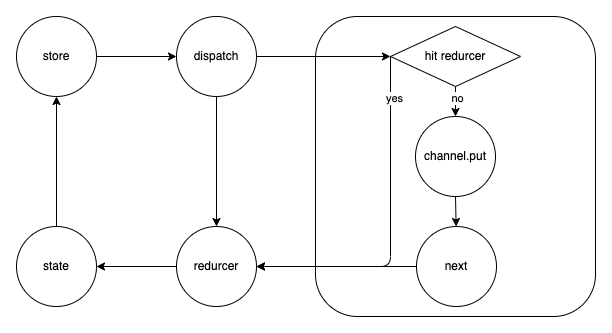
Above: imgs/sagaProcess.png in ImDaret/ReduxSaga-debugger (draw.io), before the change. Source tidied: cells renumbered, new cells last; positions are measured from the earlier drawing's top-left corner, leaving out a move shared by most shapes.
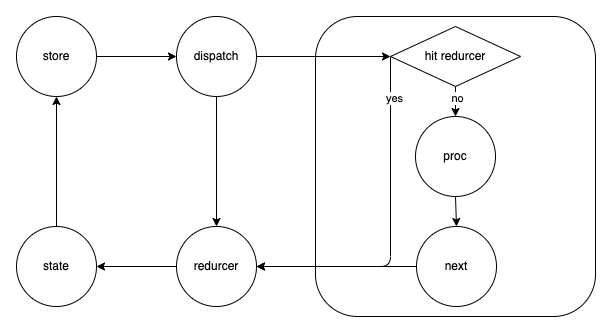
The same diagram one commit later.

Change to the diagram source:
```diff
@@ -1,4 +1,4 @@
-<mxGraphModel background="#ffffff">
+<mxGraphModel>
   <root>
     <mxCell id="0" />
     <mxCell id="1" parent="0" />
@@ -20,7 +20,7 @@
     <mxCell id="7" style="edgeStyle=none;html=1;" parent="1" edge="1" source="8" target="10">
       <mxGeometry relative="1" as="geometry" />
     </mxCell>
-    <mxCell id="8" value="channel.put" style="ellipse;whiteSpace=wrap;html=1;" parent="1" vertex="1">
+    <mxCell id="8" value="proc" style="ellipse;whiteSpace=wrap;html=1;" parent="1" vertex="1">
       <mxGeometry x="399" y="100" width="80" height="80" as="geometry" />
     </mxCell>
     <mxCell id="9" style="edgeStyle=none;html=1;exitX=0;exitY=0.5;exitDx=0;exitDy=0;entryX=1;entryY=0.5;entryDx=0;entryDy=0;" parent="1" edge="1" source="10" target="17">
```
